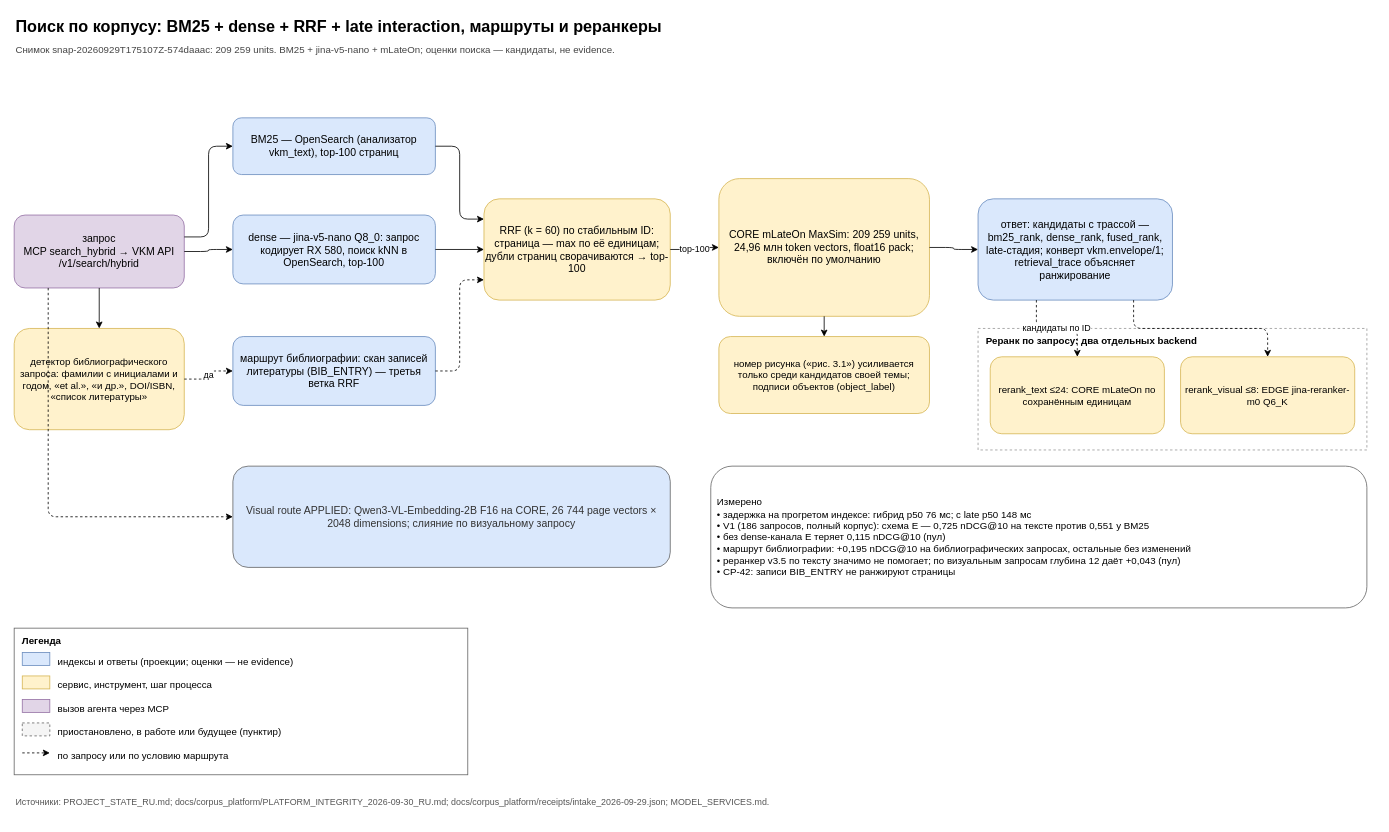
Above: docs/diagrams/hybrid_search.drawio in SUKUNA-AI/vkm-subsidence-forecasting (draw.io), before the change. Source tidied: cells renumbered, new cells numbered last; positions are measured from the earlier drawing's top-left corner, leaving out a move shared by most shapes. Both pictures are drawn from the tidied source at 81%, with x=0, y=0 at pixel (14, 14).
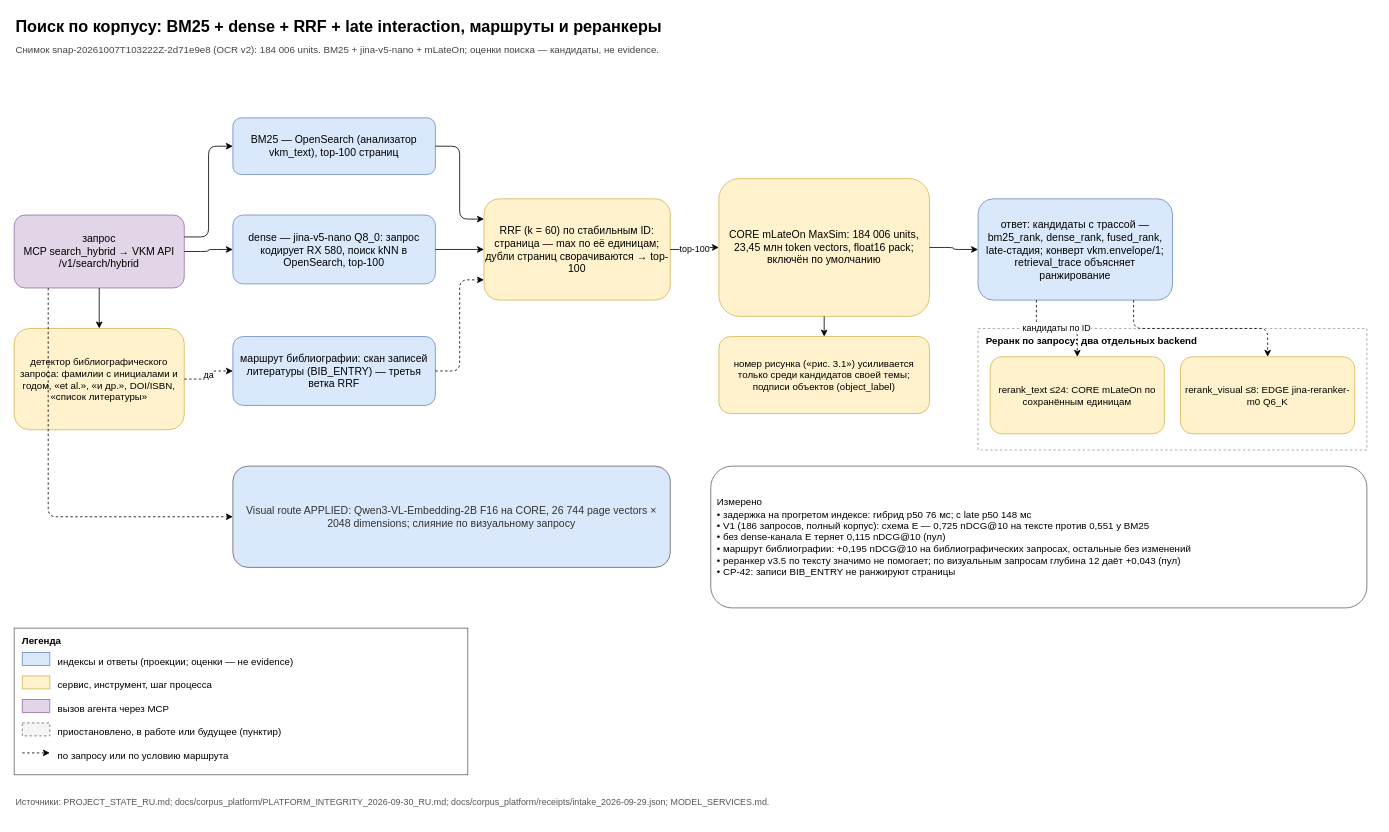
Above is the later version.

Diff of the diagram source:
```diff
@@
-    <mxCell id="3" value="Снимок snap-20260929T175107Z-574daaac: 209 259 units. BM25 + jina-v5-nano + mLateOn; оценки поиска — кандидаты, не evidence." style="text;align=left;fontColor=#444444;fontSize=12;html=1;verticalAlign=middle;whiteSpace=wrap;" parent="1" vertex="1">
+    <mxCell id="3" value="Снимок snap-20261007T103222Z-2d71e9e8 (OCR v2): 184 006 units. BM25 + jina-v5-nano + mLateOn; оценки поиска — кандидаты, не evidence." style="text;align=left;fontColor=#444444;fontSize=12;html=1;verticalAlign=middle;whiteSpace=wrap;" parent="1" vertex="1">
       <mxGeometry y="32" width="1680" height="25" as="geometry" />
     </mxCell>
@@
-    <mxCell id="10" value="CORE mLateOn MaxSim: 209 259 units, 24,96 млн token vectors, float16 pack; включён по умолчанию" style="fillColor=#fff2cc;fontSize=13;html=1;rounded=1;strokeColor=#d6b656;whiteSpace=wrap;" parent="1" vertex="1">
+    <mxCell id="10" value="CORE mLateOn MaxSim: 184 006 units, 23,45 млн token vectors, float16 pack; включён по умолчанию" style="fillColor=#fff2cc;fontSize=13;html=1;rounded=1;strokeColor=#d6b656;whiteSpace=wrap;" parent="1" vertex="1">
       <mxGeometry x="870" y="203" width="260" height="170" as="geometry" />
     </mxCell>
```
